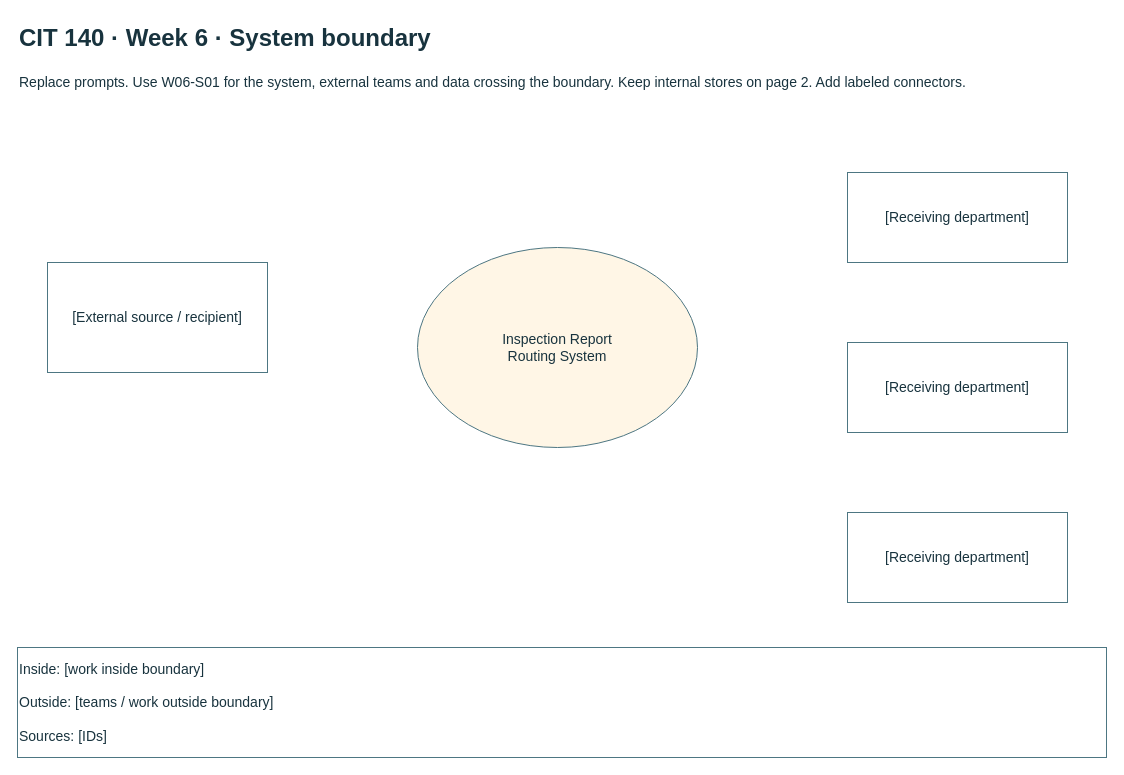
Earlier version of the draw.io diagram page "1 System boundary" (1 of 3) of Week06/Artifact/Esparza_Hernan_CIT140_Week06.drawio (Nnaahhnn/CIT140-Portfolio). Source tidied: cells renumbered, new cells numbered last; positions are measured from the earlier drawing's top-left corner, leaving out a move shared by most shapes. Both pictures are drawn from the tidied source at 100%, with x=0, y=0 at pixel (17, 17).
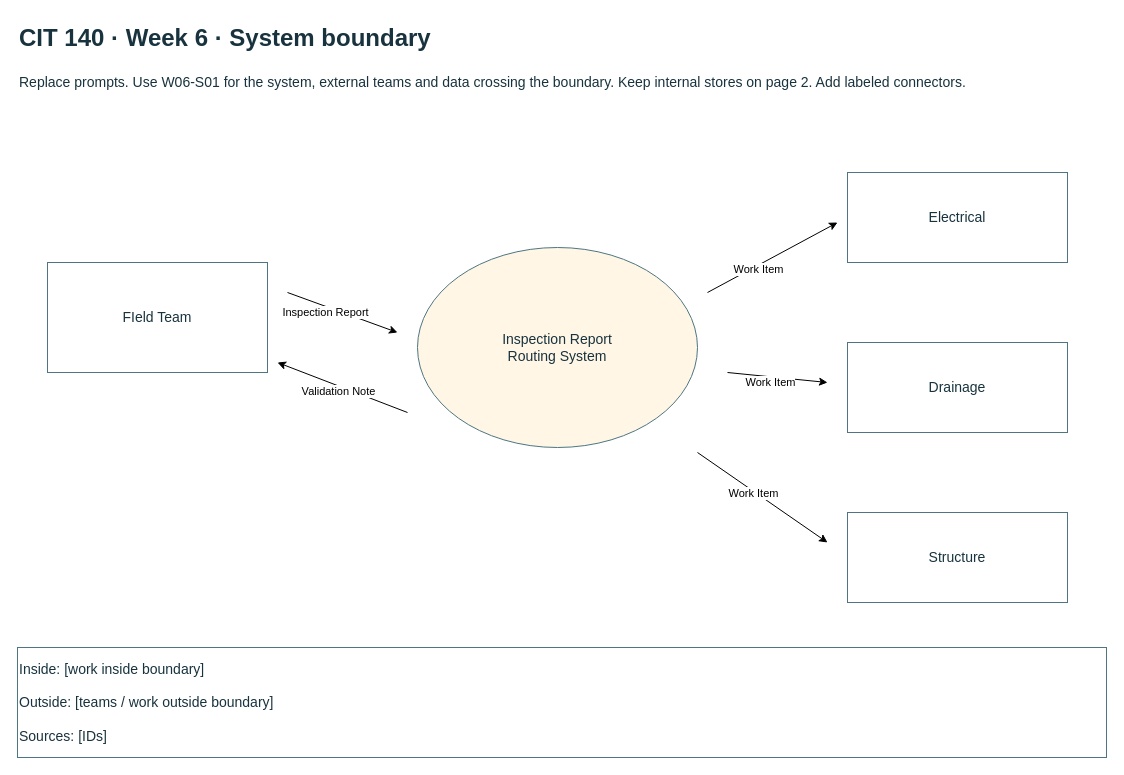
After the change.

Diff of the diagram source:
```diff
@@
-    <mxCell id="5" value="[External source / recipient]" style="whiteSpace=wrap;html=1;fontFamily=Arial;fontSize=14;fontColor=#18333e;strokeColor=#4d7682;fillColor=#ffffff;" parent="1" vertex="1">
+    <mxCell id="5" value="&lt;div&gt;FIeld Team&lt;/div&gt;" style="whiteSpace=wrap;html=1;fontFamily=Arial;fontSize=14;fontColor=#18333e;strokeColor=#4d7682;fillColor=#ffffff;" parent="1" vertex="1">
       <mxGeometry x="30" y="245" width="220" height="110" as="geometry" />
     </mxCell>
-    <mxCell id="6" value="[Receiving department]" style="whiteSpace=wrap;html=1;fontFamily=Arial;fontSize=14;fontColor=#18333e;strokeColor=#4d7682;fillColor=#ffffff;" parent="1" vertex="1">
+    <mxCell id="6" value="Electrical" style="whiteSpace=wrap;html=1;fontFamily=Arial;fontSize=14;fontColor=#18333e;strokeColor=#4d7682;fillColor=#ffffff;" parent="1" vertex="1">
       <mxGeometry x="830" y="155" width="220" height="90" as="geometry" />
     </mxCell>
-    <mxCell id="7" value="[Receiving department]" style="whiteSpace=wrap;html=1;fontFamily=Arial;fontSize=14;fontColor=#18333e;strokeColor=#4d7682;fillColor=#ffffff;" parent="1" vertex="1">
+    <mxCell id="7" value="Drainage" style="whiteSpace=wrap;html=1;fontFamily=Arial;fontSize=14;fontColor=#18333e;strokeColor=#4d7682;fillColor=#ffffff;" parent="1" vertex="1">
       <mxGeometry x="830" y="325" width="220" height="90" as="geometry" />
     </mxCell>
-    <mxCell id="8" value="[Receiving department]" style="whiteSpace=wrap;html=1;fontFamily=Arial;fontSize=14;fontColor=#18333e;strokeColor=#4d7682;fillColor=#ffffff;" parent="1" vertex="1">
+    <mxCell id="8" value="Structure" style="whiteSpace=wrap;html=1;fontFamily=Arial;fontSize=14;fontColor=#18333e;strokeColor=#4d7682;fillColor=#ffffff;" parent="1" vertex="1">
       <mxGeometry x="830" y="495" width="220" height="90" as="geometry" />
     </mxCell>
@@
+    <mxCell id="10" style="endArrow=classic;html=1;rounded=0;defaultLabelBackgroundColor=page;" parent="1" edge="1">
+      <mxGeometry relative="1" as="geometry">
+        <mxPoint x="270" y="275" as="sourcePoint" />
+        <mxPoint x="380" y="315" as="targetPoint" />
+      </mxGeometry>
+    </mxCell>
+    <mxCell id="11" value="Inspection Report" style="edgeLabel;html=1;align=center;verticalAlign=middle;inheritText=1;defaultLabelBackgroundColor=page;" parent="10" vertex="1">
+      <mxGeometry x="-0.28" y="-5" relative="1" as="geometry" />
+    </mxCell>
+    <mxCell id="12" style="endArrow=classic;html=1;rounded=0;defaultLabelBackgroundColor=page;" parent="1" edge="1">
+      <mxGeometry relative="1" as="geometry">
+        <mxPoint x="390" y="395" as="sourcePoint" />
+        <mxPoint x="260" y="345" as="targetPoint" />
+      </mxGeometry>
+    </mxCell>
+    <mxCell id="13" value="Validation Note" style="edgeLabel;html=1;align=center;verticalAlign=middle;inheritText=1;defaultLabelBackgroundColor=page;" parent="12" vertex="1">
+      <mxGeometry x="0.42" y="1" relative="1" as="geometry">
+        <mxPoint x="23" y="13" as="offset" />
+      </mxGeometry>
+    </mxCell>
+    <mxCell id="14" style="endArrow=classic;html=1;rounded=0;defaultLabelBackgroundColor=page;" parent="1" edge="1">
+      <mxGeometry relative="1" as="geometry">
+        <mxPoint x="690" y="275" as="sourcePoint" />
+        <mxPoint x="820" y="205" as="targetPoint" />
+      </mxGeometry>
+    </mxCell>
+    <mxCell id="15" value="Work Item" style="edgeLabel;html=1;align=center;verticalAlign=middle;inheritText=1;defaultLabelBackgroundColor=page;" parent="14" vertex="1">
+      <mxGeometry x="-0.24" y="-3" relative="1" as="geometry" />
+    </mxCell>
+    <mxCell id="16" style="endArrow=classic;html=1;rounded=0;defaultLabelBackgroundColor=page;" parent="1" edge="1">
+      <mxGeometry relative="1" as="geometry">
+        <mxPoint x="710" y="355" as="sourcePoint" />
+        <mxPoint x="810" y="365" as="targetPoint" />
+      </mxGeometry>
+    </mxCell>
+    <mxCell id="17" value="Work Item" style="edgeLabel;html=1;align=center;verticalAlign=middle;inheritText=1;defaultLabelBackgroundColor=page;" parent="16" vertex="1">
+      <mxGeometry x="-0.14" y="-5" relative="1" as="geometry" />
+    </mxCell>
+    <mxCell id="18" style="endArrow=classic;html=1;rounded=0;defaultLabelBackgroundColor=page;" parent="1" edge="1">
+      <mxGeometry relative="1" as="geometry">
+        <mxPoint x="680" y="435" as="sourcePoint" />
+        <mxPoint x="810" y="525" as="targetPoint" />
+      </mxGeometry>
+    </mxCell>
+    <mxCell id="19" value="Work Item" style="edgeLabel;html=1;align=center;verticalAlign=middle;inheritText=1;defaultLabelBackgroundColor=page;" parent="18" vertex="1">
+      <mxGeometry x="-0.13" y="-2" relative="1" as="geometry" />
+    </mxCell>
```
